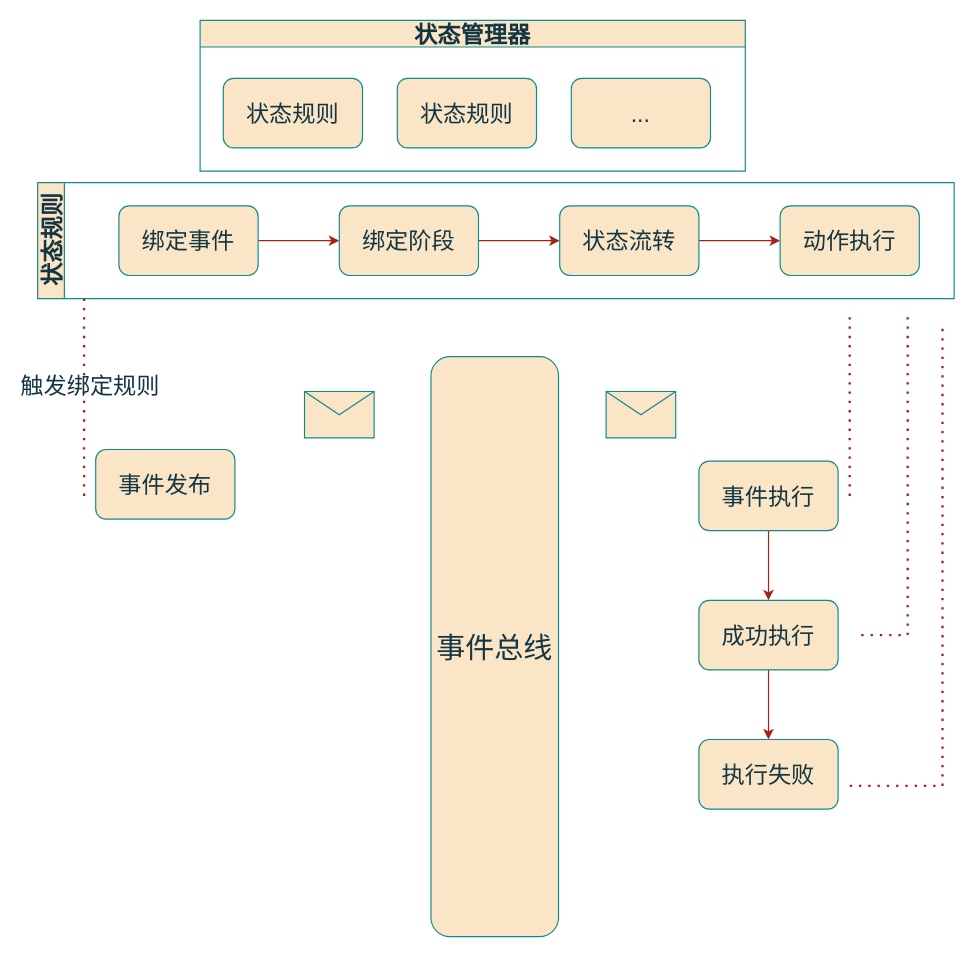
java-zengguang/images keeps this draw.io diagram as image/事件状态机原理.drawio. Above is the earlier version. Source tidied: cells renumbered, new cells numbered last; positions are measured from the earlier drawing's top-left corner, leaving out a move shared by most shapes. Both pictures are drawn from the tidied source at 116%, with x=0, y=0 at pixel (37, 20).
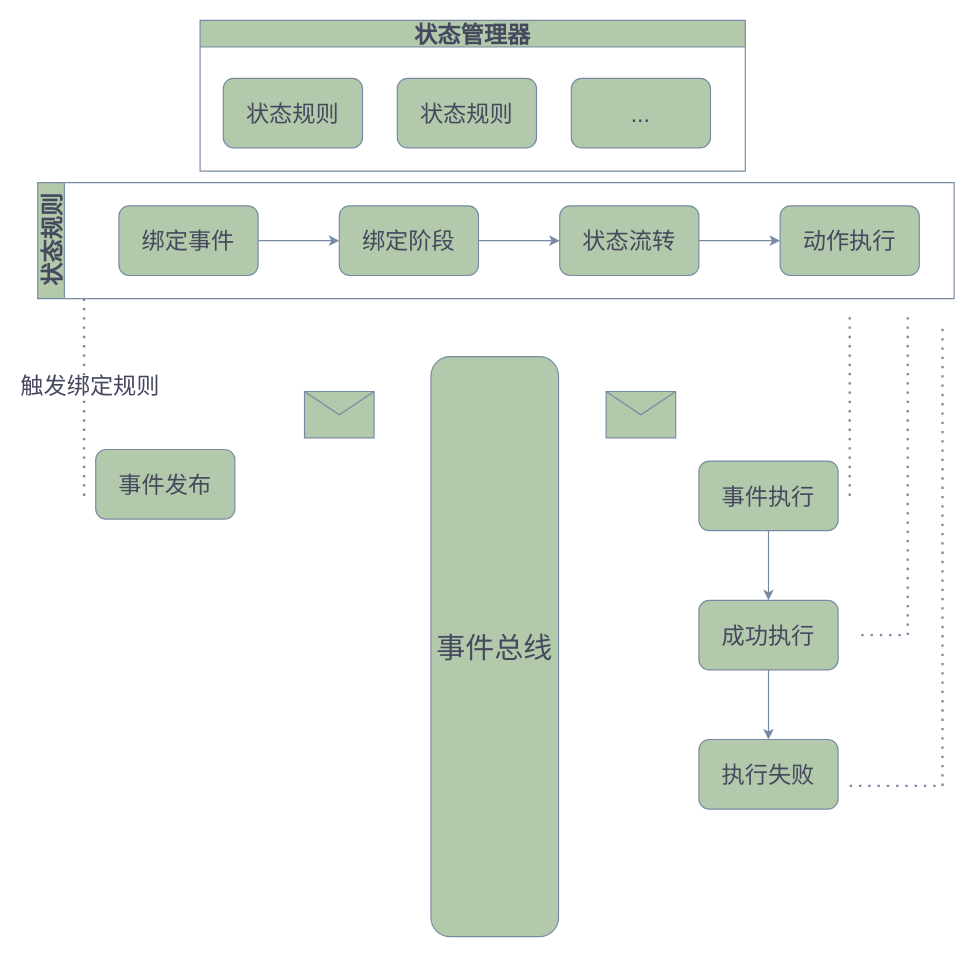
The same diagram, later.

Commit message (it also covers changes not shown here):
更新事件状态机原理.drawio

The edit, as a diff of the source:
```diff
@@
-    <mxCell id="2" value="&lt;font style=&quot;font-size: 25px;&quot;&gt;事件总线&lt;/font&gt;" style="rounded=1;whiteSpace=wrap;html=1;labelBackgroundColor=none;fillColor=#FAE5C7;strokeColor=#0F8B8D;fontColor=#143642;" parent="1" vertex="1">
+    <mxCell id="2" value="&lt;font style=&quot;font-size: 25px;&quot;&gt;事件总线&lt;/font&gt;" style="rounded=1;whiteSpace=wrap;html=1;labelBackgroundColor=none;fillColor=#B2C9AB;strokeColor=#788AA3;fontColor=#46495D;" parent="1" vertex="1">
       <mxGeometry x="339" y="290" width="110" height="500" as="geometry" />
     </mxCell>
-    <mxCell id="3" value="&lt;font style=&quot;font-size: 20px;&quot;&gt;状态管理器&lt;/font&gt;" style="swimlane;whiteSpace=wrap;html=1;labelBackgroundColor=none;fillColor=#FAE5C7;strokeColor=#0F8B8D;fontColor=#143642;" parent="1" vertex="1">
+    <mxCell id="3" value="&lt;font style=&quot;font-size: 20px;&quot;&gt;状态管理器&lt;/font&gt;" style="swimlane;whiteSpace=wrap;html=1;labelBackgroundColor=none;fillColor=#B2C9AB;strokeColor=#788AA3;fontColor=#46495D;" parent="1" vertex="1">
       <mxGeometry x="140" width="470" height="130" as="geometry" />
     </mxCell>
-    <mxCell id="4" value="&lt;font style=&quot;font-size: 20px;&quot;&gt;状态规则&lt;/font&gt;" style="rounded=1;whiteSpace=wrap;html=1;labelBackgroundColor=none;fillColor=#FAE5C7;strokeColor=#0F8B8D;fontColor=#143642;" parent="3" vertex="1">
+    <mxCell id="4" value="&lt;font style=&quot;font-size: 20px;&quot;&gt;状态规则&lt;/font&gt;" style="rounded=1;whiteSpace=wrap;html=1;labelBackgroundColor=none;fillColor=#B2C9AB;strokeColor=#788AA3;fontColor=#46495D;" parent="3" vertex="1">
       <mxGeometry x="20" y="50" width="120" height="60" as="geometry" />
     </mxCell>
-    <mxCell id="5" value="&lt;font style=&quot;font-size: 20px;&quot;&gt;状态规则&lt;/font&gt;" style="rounded=1;whiteSpace=wrap;html=1;labelBackgroundColor=none;fillColor=#FAE5C7;strokeColor=#0F8B8D;fontColor=#143642;" parent="3" vertex="1">
+    <mxCell id="5" value="&lt;font style=&quot;font-size: 20px;&quot;&gt;状态规则&lt;/font&gt;" style="rounded=1;whiteSpace=wrap;html=1;labelBackgroundColor=none;fillColor=#B2C9AB;strokeColor=#788AA3;fontColor=#46495D;" parent="3" vertex="1">
       <mxGeometry x="170" y="50" width="120" height="60" as="geometry" />
     </mxCell>
-    <mxCell id="6" value="&lt;font style=&quot;font-size: 20px;&quot;&gt;...&lt;/font&gt;" style="rounded=1;whiteSpace=wrap;html=1;labelBackgroundColor=none;fillColor=#FAE5C7;strokeColor=#0F8B8D;fontColor=#143642;" parent="3" vertex="1">
+    <mxCell id="6" value="&lt;font style=&quot;font-size: 20px;&quot;&gt;...&lt;/font&gt;" style="rounded=1;whiteSpace=wrap;html=1;labelBackgroundColor=none;fillColor=#B2C9AB;strokeColor=#788AA3;fontColor=#46495D;" parent="3" vertex="1">
       <mxGeometry x="320" y="50" width="120" height="60" as="geometry" />
     </mxCell>
-    <mxCell id="7" value="&lt;font style=&quot;font-size: 20px;&quot;&gt;事件发布&lt;/font&gt;" style="rounded=1;whiteSpace=wrap;html=1;labelBackgroundColor=none;fillColor=#FAE5C7;strokeColor=#0F8B8D;fontColor=#143642;" parent="1" vertex="1">
+    <mxCell id="7" value="&lt;font style=&quot;font-size: 20px;&quot;&gt;事件发布&lt;/font&gt;" style="rounded=1;whiteSpace=wrap;html=1;labelBackgroundColor=none;fillColor=#B2C9AB;strokeColor=#788AA3;fontColor=#46495D;" parent="1" vertex="1">
       <mxGeometry x="50" y="370" width="120" height="60" as="geometry" />
     </mxCell>
-    <mxCell id="8" style="shape=message;html=1;html=1;labelPosition=center;verticalLabelPosition=bottom;align=center;verticalAlign=top;labelBackgroundColor=none;fillColor=#FAE5C7;strokeColor=#0F8B8D;fontColor=#143642;" parent="1" vertex="1">
+    <mxCell id="8" style="shape=message;html=1;html=1;labelPosition=center;verticalLabelPosition=bottom;align=center;verticalAlign=top;labelBackgroundColor=none;fillColor=#B2C9AB;strokeColor=#788AA3;fontColor=#46495D;" parent="1" vertex="1">
       <mxGeometry x="230" y="320" width="60" height="40" as="geometry" />
     </mxCell>
-    <mxCell id="9" style="edgeStyle=orthogonalEdgeStyle;rounded=0;jettySize=auto;html=1;labelBackgroundColor=none;strokeColor=#A8201A;fontColor=default;" parent="1" edge="1" source="10" target="13">
+    <mxCell id="9" style="edgeStyle=orthogonalEdgeStyle;rounded=0;jettySize=auto;html=1;labelBackgroundColor=none;strokeColor=#788AA3;fontColor=default;" parent="1" edge="1" source="10" target="13">
       <mxGeometry relative="1" as="geometry" />
     </mxCell>
-    <mxCell id="10" value="&lt;font style=&quot;font-size: 20px;&quot;&gt;事件执行&lt;/font&gt;" style="rounded=1;whiteSpace=wrap;html=1;labelBackgroundColor=none;fillColor=#FAE5C7;strokeColor=#0F8B8D;fontColor=#143642;" parent="1" vertex="1">
+    <mxCell id="10" value="&lt;font style=&quot;font-size: 20px;&quot;&gt;事件执行&lt;/font&gt;" style="rounded=1;whiteSpace=wrap;html=1;labelBackgroundColor=none;fillColor=#B2C9AB;strokeColor=#788AA3;fontColor=#46495D;" parent="1" vertex="1">
       <mxGeometry x="570" y="380" width="120" height="60" as="geometry" />
     </mxCell>
-    <mxCell id="11" style="shape=message;html=1;html=1;labelPosition=center;verticalLabelPosition=bottom;align=center;verticalAlign=top;labelBackgroundColor=none;fillColor=#FAE5C7;strokeColor=#0F8B8D;fontColor=#143642;" parent="1" vertex="1">
+    <mxCell id="11" style="shape=message;html=1;html=1;labelPosition=center;verticalLabelPosition=bottom;align=center;verticalAlign=top;labelBackgroundColor=none;fillColor=#B2C9AB;strokeColor=#788AA3;fontColor=#46495D;" parent="1" vertex="1">
       <mxGeometry x="490" y="320" width="60" height="40" as="geometry" />
     </mxCell>
-    <mxCell id="12" style="edgeStyle=orthogonalEdgeStyle;rounded=0;jettySize=auto;html=1;labelBackgroundColor=none;strokeColor=#A8201A;fontColor=default;" parent="1" edge="1" source="13" target="14">
+    <mxCell id="12" style="edgeStyle=orthogonalEdgeStyle;rounded=0;jettySize=auto;html=1;labelBackgroundColor=none;strokeColor=#788AA3;fontColor=default;" parent="1" edge="1" source="13" target="14">
       <mxGeometry relative="1" as="geometry" />
     </mxCell>
-    <mxCell id="13" value="&lt;font style=&quot;font-size: 20px;&quot;&gt;成功执行&lt;/font&gt;" style="rounded=1;whiteSpace=wrap;html=1;labelBackgroundColor=none;fillColor=#FAE5C7;strokeColor=#0F8B8D;fontColor=#143642;" parent="1" vertex="1">
+    <mxCell id="13" value="&lt;font style=&quot;font-size: 20px;&quot;&gt;成功执行&lt;/font&gt;" style="rounded=1;whiteSpace=wrap;html=1;labelBackgroundColor=none;fillColor=#B2C9AB;strokeColor=#788AA3;fontColor=#46495D;" parent="1" vertex="1">
       <mxGeometry x="570" y="500" width="120" height="60" as="geometry" />
     </mxCell>
-    <mxCell id="14" value="&lt;font style=&quot;font-size: 20px;&quot;&gt;执行失败&lt;/font&gt;" style="rounded=1;whiteSpace=wrap;html=1;labelBackgroundColor=none;fillColor=#FAE5C7;strokeColor=#0F8B8D;fontColor=#143642;" parent="1" vertex="1">
+    <mxCell id="14" value="&lt;font style=&quot;font-size: 20px;&quot;&gt;执行失败&lt;/font&gt;" style="rounded=1;whiteSpace=wrap;html=1;labelBackgroundColor=none;fillColor=#B2C9AB;strokeColor=#788AA3;fontColor=#46495D;" parent="1" vertex="1">
       <mxGeometry x="570" y="620" width="120" height="60" as="geometry" />
     </mxCell>
-    <mxCell id="15" value="&lt;font style=&quot;font-size: 20px;&quot;&gt;状态规则&lt;/font&gt;" style="swimlane;horizontal=0;whiteSpace=wrap;html=1;startSize=23;labelBackgroundColor=none;fillColor=#FAE5C7;strokeColor=#0F8B8D;fontColor=#143642;" parent="1" vertex="1">
+    <mxCell id="15" value="&lt;font style=&quot;font-size: 20px;&quot;&gt;状态规则&lt;/font&gt;" style="swimlane;horizontal=0;whiteSpace=wrap;html=1;startSize=23;labelBackgroundColor=none;fillColor=#B2C9AB;strokeColor=#788AA3;fontColor=#46495D;" parent="1" vertex="1">
       <mxGeometry y="140" width="790" height="100" as="geometry" />
     </mxCell>
-    <mxCell id="16" style="edgeStyle=orthogonalEdgeStyle;rounded=0;jettySize=auto;html=1;labelBackgroundColor=none;strokeColor=#A8201A;fontColor=default;" parent="15" edge="1" source="17" target="19">
+    <mxCell id="16" style="edgeStyle=orthogonalEdgeStyle;rounded=0;jettySize=auto;html=1;labelBackgroundColor=none;strokeColor=#788AA3;fontColor=default;" parent="15" edge="1" source="17" target="19">
       <mxGeometry relative="1" as="geometry" />
     </mxCell>
-    <mxCell id="17" value="&lt;font style=&quot;font-size: 20px;&quot;&gt;绑定事件&lt;/font&gt;" style="rounded=1;whiteSpace=wrap;html=1;labelBackgroundColor=none;fillColor=#FAE5C7;strokeColor=#0F8B8D;fontColor=#143642;" parent="15" vertex="1">
+    <mxCell id="17" value="&lt;font style=&quot;font-size: 20px;&quot;&gt;绑定事件&lt;/font&gt;" style="rounded=1;whiteSpace=wrap;html=1;labelBackgroundColor=none;fillColor=#B2C9AB;strokeColor=#788AA3;fontColor=#46495D;" parent="15" vertex="1">
       <mxGeometry x="70" y="20" width="120" height="60" as="geometry" />
     </mxCell>
-    <mxCell id="18" style="edgeStyle=orthogonalEdgeStyle;rounded=0;jettySize=auto;html=1;labelBackgroundColor=none;strokeColor=#A8201A;fontColor=default;" parent="15" edge="1" source="19" target="21">
+    <mxCell id="18" style="edgeStyle=orthogonalEdgeStyle;rounded=0;jettySize=auto;html=1;labelBackgroundColor=none;strokeColor=#788AA3;fontColor=default;" parent="15" edge="1" source="19" target="21">
       <mxGeometry relative="1" as="geometry" />
     </mxCell>
-    <mxCell id="19" value="&lt;span style=&quot;font-size: 20px;&quot;&gt;绑定阶段&lt;/span&gt;" style="rounded=1;whiteSpace=wrap;html=1;labelBackgroundColor=none;fillColor=#FAE5C7;strokeColor=#0F8B8D;fontColor=#143642;" parent="15" vertex="1">
+    <mxCell id="19" value="&lt;span style=&quot;font-size: 20px;&quot;&gt;绑定阶段&lt;/span&gt;" style="rounded=1;whiteSpace=wrap;html=1;labelBackgroundColor=none;fillColor=#B2C9AB;strokeColor=#788AA3;fontColor=#46495D;" parent="15" vertex="1">
       <mxGeometry x="260" y="20" width="120" height="60" as="geometry" />
     </mxCell>
-    <mxCell id="20" style="edgeStyle=orthogonalEdgeStyle;rounded=0;jettySize=auto;html=1;labelBackgroundColor=none;strokeColor=#A8201A;fontColor=default;" parent="15" edge="1" source="21" target="22">
+    <mxCell id="20" style="edgeStyle=orthogonalEdgeStyle;rounded=0;jettySize=auto;html=1;labelBackgroundColor=none;strokeColor=#788AA3;fontColor=default;" parent="15" edge="1" source="21" target="22">
       <mxGeometry relative="1" as="geometry" />
     </mxCell>
-    <mxCell id="21" value="&lt;span style=&quot;font-size: 20px;&quot;&gt;状态流转&lt;/span&gt;" style="rounded=1;whiteSpace=wrap;html=1;labelBackgroundColor=none;fillColor=#FAE5C7;strokeColor=#0F8B8D;fontColor=#143642;" parent="15" vertex="1">
+    <mxCell id="21" value="&lt;span style=&quot;font-size: 20px;&quot;&gt;状态流转&lt;/span&gt;" style="rounded=1;whiteSpace=wrap;html=1;labelBackgroundColor=none;fillColor=#B2C9AB;strokeColor=#788AA3;fontColor=#46495D;" parent="15" vertex="1">
       <mxGeometry x="450" y="20" width="120" height="60" as="geometry" />
     </mxCell>
-    <mxCell id="22" value="&lt;font style=&quot;font-size: 20px;&quot;&gt;动作执行&lt;/font&gt;" style="rounded=1;whiteSpace=wrap;html=1;labelBackgroundColor=none;fillColor=#FAE5C7;strokeColor=#0F8B8D;fontColor=#143642;" parent="15" vertex="1">
+    <mxCell id="22" value="&lt;font style=&quot;font-size: 20px;&quot;&gt;动作执行&lt;/font&gt;" style="rounded=1;whiteSpace=wrap;html=1;labelBackgroundColor=none;fillColor=#B2C9AB;strokeColor=#788AA3;fontColor=#46495D;" parent="15" vertex="1">
       <mxGeometry x="640" y="20" width="120" height="60" as="geometry" />
     </mxCell>
-    <mxCell id="23" style="endArrow=none;dashed=1;html=1;dashPattern=1 3;strokeWidth=2;rounded=0;labelBackgroundColor=none;strokeColor=#A8201A;fontColor=default;" parent="1" edge="1">
+    <mxCell id="23" style="endArrow=none;dashed=1;html=1;dashPattern=1 3;strokeWidth=2;rounded=0;labelBackgroundColor=none;strokeColor=#788AA3;fontColor=default;" parent="1" edge="1">
       <mxGeometry relative="1" as="geometry">
         <mxPoint x="40" y="410" as="sourcePoint" />
         <mxPoint x="40" y="240" as="targetPoint" />
         <Array as="points">
           <mxPoint x="40" y="330" />
         </Array>
       </mxGeometry>
     </mxCell>
-    <mxCell id="24" value="&lt;font style=&quot;font-size: 20px;&quot;&gt;触发绑定规则&lt;/font&gt;" style="edgeLabel;html=1;align=center;verticalAlign=middle;labelBackgroundColor=none;fontColor=#143642;" parent="23" vertex="1">
+    <mxCell id="24" value="&lt;font style=&quot;font-size: 20px;&quot;&gt;触发绑定规则&lt;/font&gt;" style="edgeLabel;html=1;align=center;verticalAlign=middle;labelBackgroundColor=none;fontColor=#46495D;" parent="23" vertex="1">
       <mxGeometry x="0.13" y="-4" relative="1" as="geometry" />
     </mxCell>
-    <mxCell id="25" style="endArrow=none;dashed=1;html=1;dashPattern=1 3;strokeWidth=2;rounded=0;labelBackgroundColor=none;strokeColor=#A8201A;fontColor=default;" parent="1" edge="1">
+    <mxCell id="25" style="endArrow=none;dashed=1;html=1;dashPattern=1 3;strokeWidth=2;rounded=0;labelBackgroundColor=none;strokeColor=#788AA3;fontColor=default;" parent="1" edge="1">
       <mxGeometry relative="1" as="geometry">
         <mxPoint x="700" y="410" as="sourcePoint" />
         <mxPoint x="700" y="250" as="targetPoint" />
       </mxGeometry>
     </mxCell>
-    <mxCell id="26" style="endArrow=none;dashed=1;html=1;dashPattern=1 3;strokeWidth=2;rounded=0;labelBackgroundColor=none;strokeColor=#A8201A;fontColor=default;" parent="1" edge="1">
+    <mxCell id="26" style="endArrow=none;dashed=1;html=1;dashPattern=1 3;strokeWidth=2;rounded=0;labelBackgroundColor=none;strokeColor=#788AA3;fontColor=default;" parent="1" edge="1">
       <mxGeometry relative="1" as="geometry">
         <mxPoint x="710" y="530" as="sourcePoint" />
         <mxPoint x="750" y="250" as="targetPoint" />
         <Array as="points">
           <mxPoint x="750" y="530" />
         </Array>
       </mxGeometry>
     </mxCell>
-    <mxCell id="27" style="endArrow=none;dashed=1;html=1;dashPattern=1 3;strokeWidth=2;rounded=0;labelBackgroundColor=none;strokeColor=#A8201A;fontColor=default;" parent="1" edge="1">
+    <mxCell id="27" style="endArrow=none;dashed=1;html=1;dashPattern=1 3;strokeWidth=2;rounded=0;labelBackgroundColor=none;strokeColor=#788AA3;fontColor=default;" parent="1" edge="1">
       <mxGeometry relative="1" as="geometry">
         <mxPoint x="700" y="660" as="sourcePoint" />
         <mxPoint x="780" y="260" as="targetPoint" />
         <Array as="points">
           <mxPoint x="780" y="660" />
         </Array>
       </mxGeometry>
     </mxCell>
```
